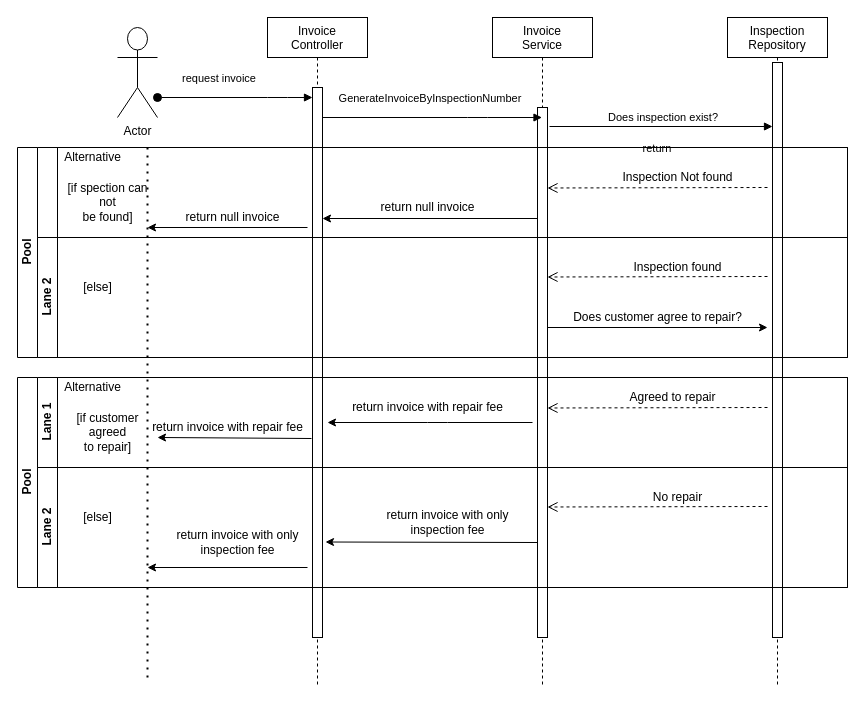
This is Untitled Diagram.drawio from qixiaoling/Backend-project, a draw.io file, before an edit. Source tidied: cells renumbered, new cells numbered last; positions are measured from the earlier drawing's top-left corner, leaving out a move shared by most shapes. Both pictures are drawn from the tidied source at 100%, with x=0, y=0 at pixel (17, 17).
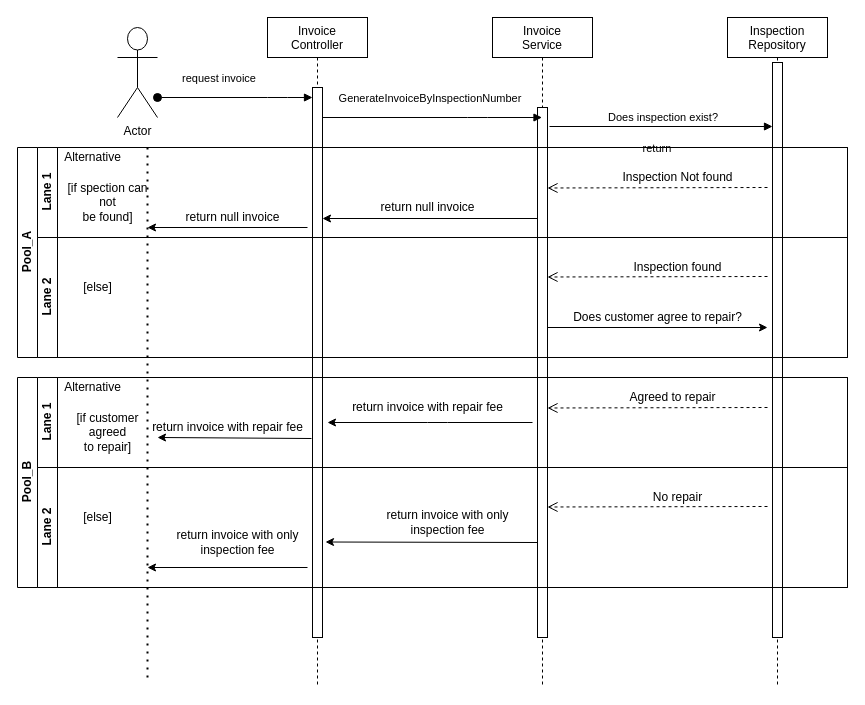
The same page after the edit.

Diff of the diagram source:
```diff
@@
-    <mxCell id="12" value="Pool" style="swimlane;html=1;horizontal=0;startSize=20;" parent="1" vertex="1">
+    <mxCell id="12" value="Pool_A" style="swimlane;html=1;horizontal=0;startSize=20;" parent="1" vertex="1">
       <mxGeometry y="130" width="830" height="210" as="geometry" />
     </mxCell>
-    <mxCell id="13" style="swimlane;html=1;startSize=20;horizontal=0;" parent="12" vertex="1">
+    <mxCell id="13" value="Lane 1" style="swimlane;html=1;startSize=20;horizontal=0;" parent="12" vertex="1">
       <mxGeometry x="20" width="810" height="90" as="geometry" />
     </mxCell>
@@
-    <mxCell id="29" value="Pool" style="swimlane;html=1;horizontal=0;startSize=20;" parent="1" vertex="1">
+    <mxCell id="29" value="Pool_B" style="swimlane;html=1;horizontal=0;startSize=20;" parent="1" vertex="1">
       <mxGeometry y="360" width="830" height="210" as="geometry" />
     </mxCell>
```
